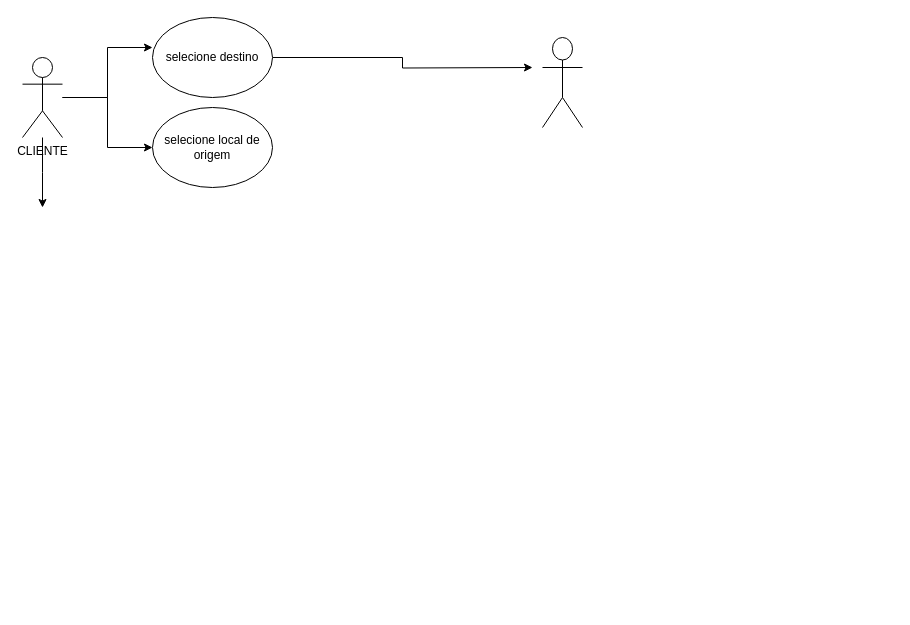
Before: Untitled Diagram.drawio in gs0844/biel123, a draw.io diagram. Source tidied: cells renumbered, new cells numbered last; positions are measured from the earlier drawing's top-left corner, leaving out a move shared by most shapes. Both pictures are drawn from the tidied source at 100%, with x=0, y=0 at pixel (22, 17).
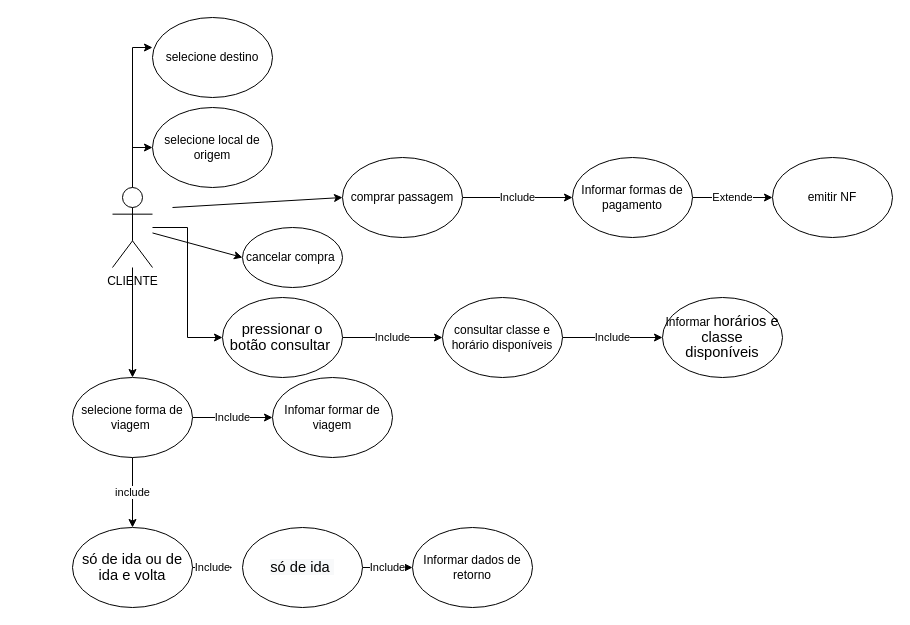
After the change.

Unchanged cells that the change refers to:
```xml
<mxCell id="8" value="selecione destino" style="ellipse;whiteSpace=wrap;html=1;" parent="1" vertex="1">
  <mxGeometry x="130" width="120" height="80" as="geometry" />
</mxCell>
```

Change to the diagram source:
```diff
@@
-    <mxCell id="2" style="edgeStyle=orthogonalEdgeStyle;rounded=0;jettySize=auto;html=1;" parent="1" edge="1" source="5">
-      <mxGeometry relative="1" as="geometry">
-        <mxPoint x="20" y="190" as="targetPoint" />
-      </mxGeometry>
-    </mxCell>
@@
+    <mxCell id="10" style="edgeStyle=orthogonalEdgeStyle;rounded=0;jettySize=auto;html=1;entryX=0.5;entryY=0;entryDx=0;entryDy=0;" parent="1" edge="1" source="5" target="14">
+      <mxGeometry relative="1" as="geometry" />
+    </mxCell>
+    <mxCell id="11" style="edgeStyle=orthogonalEdgeStyle;rounded=0;jettySize=auto;html=1;entryX=0;entryY=0.5;entryDx=0;entryDy=0;" parent="1" edge="1" source="5" target="20">
+      <mxGeometry relative="1" as="geometry" />
+    </mxCell>
     <mxCell id="5" value="CLIENTE" style="shape=umlActor;verticalLabelPosition=bottom;verticalAlign=top;html=1;outlineConnect=0;" parent="1" vertex="1">
-      <mxGeometry y="40" width="40" height="80" as="geometry" />
+      <mxGeometry x="90" y="170" width="40" height="80" as="geometry" />
     </mxCell>
@@
-    <mxCell id="7" style="edgeStyle=orthogonalEdgeStyle;rounded=0;jettySize=auto;html=1;" parent="1" edge="1" source="8">
-      <mxGeometry relative="1" as="geometry">
-        <mxPoint x="510" y="50" as="targetPoint" />
-      </mxGeometry>
-    </mxCell>
@@
-    <mxCell id="9" style="shape=umlActor;verticalLabelPosition=bottom;verticalAlign=top;html=1;" parent="1" vertex="1">
-      <mxGeometry x="520" y="20" width="40" height="90" as="geometry" />
-    </mxCell>
+    <mxCell id="12" value="include" style="edgeStyle=orthogonalEdgeStyle;rounded=0;jettySize=auto;html=1;" parent="1" edge="1" source="14">
+      <mxGeometry relative="1" as="geometry">
+        <mxPoint x="110" y="510" as="targetPoint" />
+      </mxGeometry>
+    </mxCell>
+    <mxCell id="13" value="Include" style="edgeStyle=orthogonalEdgeStyle;rounded=0;jettySize=auto;html=1;entryX=0;entryY=0.5;entryDx=0;entryDy=0;" parent="1" edge="1" source="14" target="17">
+      <mxGeometry relative="1" as="geometry" />
+    </mxCell>
+    <mxCell id="14" value="selecione forma de viagem&amp;nbsp;" style="ellipse;whiteSpace=wrap;html=1;" parent="1" vertex="1">
+      <mxGeometry x="50" y="360" width="120" height="80" as="geometry" />
+    </mxCell>
+    <mxCell id="15" value="Include" style="edgeStyle=orthogonalEdgeStyle;rounded=0;jettySize=auto;html=1;" parent="1" edge="1" source="16">
+      <mxGeometry relative="1" as="geometry">
+        <mxPoint x="210" y="550" as="targetPoint" />
+      </mxGeometry>
+    </mxCell>
+    <mxCell id="16" value="&lt;span style=&quot;font-size: 11.0pt ; line-height: 107% ; font-family: &amp;#34;calibri&amp;#34; , sans-serif&quot;&gt;só de ida ou de ida e volta&lt;/span&gt;" style="ellipse;whiteSpace=wrap;html=1;" parent="1" vertex="1">
+      <mxGeometry x="50" y="510" width="120" height="80" as="geometry" />
+    </mxCell>
+    <mxCell id="17" value="Infomar formar de viagem" style="ellipse;whiteSpace=wrap;html=1;" parent="1" vertex="1">
+      <mxGeometry x="250" y="360" width="120" height="80" as="geometry" />
+    </mxCell>
+    <mxCell id="18" value="Informar dados de retorno" style="ellipse;whiteSpace=wrap;html=1;" parent="1" vertex="1">
+      <mxGeometry x="390" y="510" width="120" height="80" as="geometry" />
+    </mxCell>
+    <mxCell id="19" value="Include" style="edgeStyle=orthogonalEdgeStyle;rounded=0;jettySize=auto;html=1;entryX=0;entryY=0.5;entryDx=0;entryDy=0;" parent="1" edge="1" source="20" target="24">
+      <mxGeometry relative="1" as="geometry" />
+    </mxCell>
+    <mxCell id="20" value="&lt;span style=&quot;font-size: 11.0pt ; line-height: 107% ; font-family: &amp;#34;calibri&amp;#34; , sans-serif&quot;&gt;pressionar o botão consultar&amp;nbsp;&lt;/span&gt;" style="ellipse;whiteSpace=wrap;html=1;" parent="1" vertex="1">
+      <mxGeometry x="200" y="280" width="120" height="80" as="geometry" />
+    </mxCell>
+    <mxCell id="21" value="Include" style="edgeStyle=orthogonalEdgeStyle;rounded=0;jettySize=auto;html=1;" parent="1" edge="1" source="22">
+      <mxGeometry relative="1" as="geometry">
+        <mxPoint x="550" y="180" as="targetPoint" />
+      </mxGeometry>
+    </mxCell>
+    <mxCell id="22" value="comprar passagem" style="ellipse;whiteSpace=wrap;html=1;" parent="1" vertex="1">
+      <mxGeometry x="320" y="140" width="120" height="80" as="geometry" />
+    </mxCell>
+    <mxCell id="23" value="Include" style="edgeStyle=orthogonalEdgeStyle;rounded=0;jettySize=auto;html=1;entryX=0;entryY=0.5;entryDx=0;entryDy=0;" parent="1" edge="1" source="24" target="25">
+      <mxGeometry relative="1" as="geometry" />
+    </mxCell>
+    <mxCell id="24" value="consultar classe e horário disponíveis" style="ellipse;whiteSpace=wrap;html=1;" parent="1" vertex="1">
+      <mxGeometry x="420" y="280" width="120" height="80" as="geometry" />
+    </mxCell>
+    <mxCell id="25" value="Informar&amp;nbsp;&lt;span style=&quot;font-size: 11.0pt ; line-height: 107% ; font-family: &amp;#34;calibri&amp;#34; , sans-serif&quot;&gt;horários e classe disponíveis&lt;/span&gt;" style="ellipse;whiteSpace=wrap;html=1;" parent="1" vertex="1">
+      <mxGeometry x="640" y="280" width="120" height="80" as="geometry" />
+    </mxCell>
+    <mxCell id="26" style="endArrow=classic;html=1;rounded=0;entryX=0;entryY=0.5;entryDx=0;entryDy=0;" parent="1" edge="1" target="22">
+      <mxGeometry relative="1" as="geometry">
+        <mxPoint x="150" y="190" as="sourcePoint" />
+      </mxGeometry>
+    </mxCell>
+    <mxCell id="27" value="Extende" style="edgeStyle=orthogonalEdgeStyle;rounded=0;jettySize=auto;html=1;" parent="1" edge="1" source="28" target="29">
+      <mxGeometry relative="1" as="geometry" />
+    </mxCell>
+    <mxCell id="28" value="Informar formas de pagamento" style="ellipse;whiteSpace=wrap;html=1;" parent="1" vertex="1">
+      <mxGeometry x="550" y="140" width="120" height="80" as="geometry" />
+    </mxCell>
+    <mxCell id="29" value="emitir NF" style="ellipse;whiteSpace=wrap;html=1;" parent="1" vertex="1">
+      <mxGeometry x="750" y="140" width="120" height="80" as="geometry" />
+    </mxCell>
+    <mxCell id="30" value="cancelar compra&amp;nbsp;" style="ellipse;whiteSpace=wrap;html=1;" parent="1" vertex="1">
+      <mxGeometry x="220" y="210" width="100" height="60" as="geometry" />
+    </mxCell>
+    <mxCell id="31" style="endArrow=classic;html=1;rounded=0;entryX=0;entryY=0.5;entryDx=0;entryDy=0;" parent="1" edge="1" source="5" target="30">
+      <mxGeometry relative="1" as="geometry" />
+    </mxCell>
+    <mxCell id="32" value="Include" style="edgeStyle=orthogonalEdgeStyle;rounded=0;jettySize=auto;html=1;entryX=0;entryY=0.5;entryDx=0;entryDy=0;" parent="1" edge="1" source="33" target="18">
+      <mxGeometry relative="1" as="geometry" />
+    </mxCell>
+    <mxCell id="33" value="&#10;&#10;&lt;span style=&quot;color: rgb(0, 0, 0); font-family: calibri, sans-serif; font-size: 14.6667px; font-style: normal; font-weight: 400; letter-spacing: normal; text-align: center; text-indent: 0px; text-transform: none; word-spacing: 0px; background-color: rgb(248, 249, 250); display: inline; float: none;&quot;&gt;só de ida&lt;span&gt;&amp;nbsp;&lt;/span&gt;&lt;/span&gt;&#10;&#10;" style="ellipse;whiteSpace=wrap;html=1;" parent="1" vertex="1">
+      <mxGeometry x="220" y="510" width="120" height="80" as="geometry" />
+    </mxCell>
```
